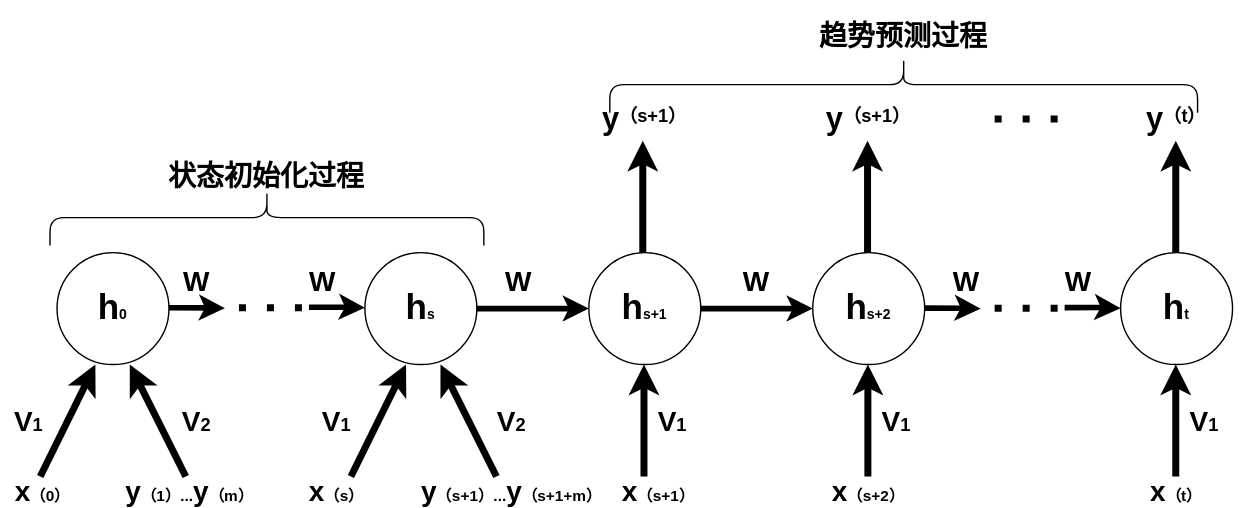
Before: model.svg, a diagram exported from draw.io (qiushirong000/mini_graphic_system). Source tidied: cells renumbered, new cells last; positions are measured from the earlier drawing's top-left corner, leaving out a move shared by most shapes.
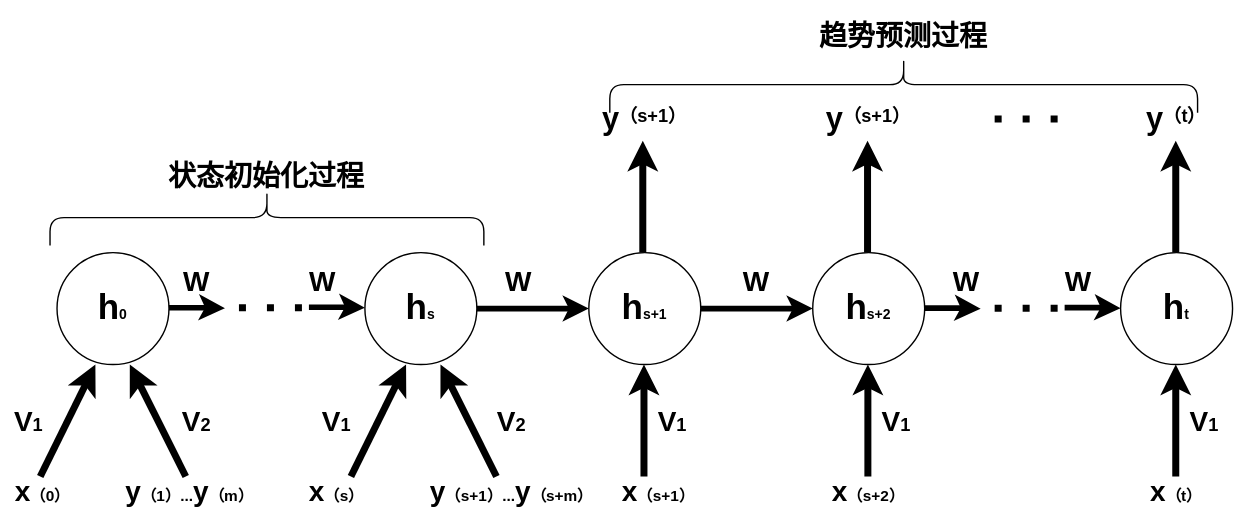
Later version of the same file.

Change to the diagram source:
```diff
@@ -147,7 +147,7 @@
     <mxCell id="28" value="&lt;span&gt;&lt;span style=&quot;font-size: 20px&quot;&gt;x&lt;/span&gt;&lt;font style=&quot;font-size: 11px&quot;&gt;（s）&lt;/font&gt;&lt;/span&gt;" style="text;html=1;strokeColor=none;fillColor=none;align=center;verticalAlign=middle;whiteSpace=wrap;rounded=0;fontStyle=1;" parent="1" vertex="1">
       <mxGeometry x="210" y="490" width="60" height="20" as="geometry" />
     </mxCell>
-    <mxCell id="29" value="&lt;span&gt;&lt;font style=&quot;font-size: 20px&quot;&gt;y&lt;/font&gt;&lt;font style=&quot;font-size: 11px&quot;&gt;（s+1）...&lt;/font&gt;&lt;font style=&quot;font-size: 20px&quot;&gt;y&lt;/font&gt;&lt;font style=&quot;font-size: 11px&quot;&gt;（s+1+m）&lt;/font&gt;&lt;/span&gt;" style="text;html=1;strokeColor=none;fillColor=none;align=center;verticalAlign=middle;whiteSpace=wrap;rounded=0;fontStyle=1;" parent="1" vertex="1">
+    <mxCell id="29" value="&lt;span&gt;&lt;font style=&quot;font-size: 20px&quot;&gt;y&lt;/font&gt;&lt;font style=&quot;font-size: 11px&quot;&gt;（s+1）...&lt;/font&gt;&lt;font style=&quot;font-size: 20px&quot;&gt;y&lt;/font&gt;&lt;font style=&quot;font-size: 11px&quot;&gt;（s+m）&lt;/font&gt;&lt;/span&gt;" style="text;html=1;strokeColor=none;fillColor=none;align=center;verticalAlign=middle;whiteSpace=wrap;rounded=0;fontStyle=1;" parent="1" vertex="1">
       <mxGeometry x="290" y="490" width="150" height="20" as="geometry" />
     </mxCell>
     <mxCell id="30" value="&lt;span&gt;&lt;span style=&quot;font-size: 20px&quot;&gt;x&lt;/span&gt;&lt;font style=&quot;font-size: 11px&quot;&gt;（s+1）&lt;/font&gt;&lt;/span&gt;" style="text;html=1;strokeColor=none;fillColor=none;align=center;verticalAlign=middle;whiteSpace=wrap;rounded=0;fontStyle=1;" parent="1" vertex="1">
```
